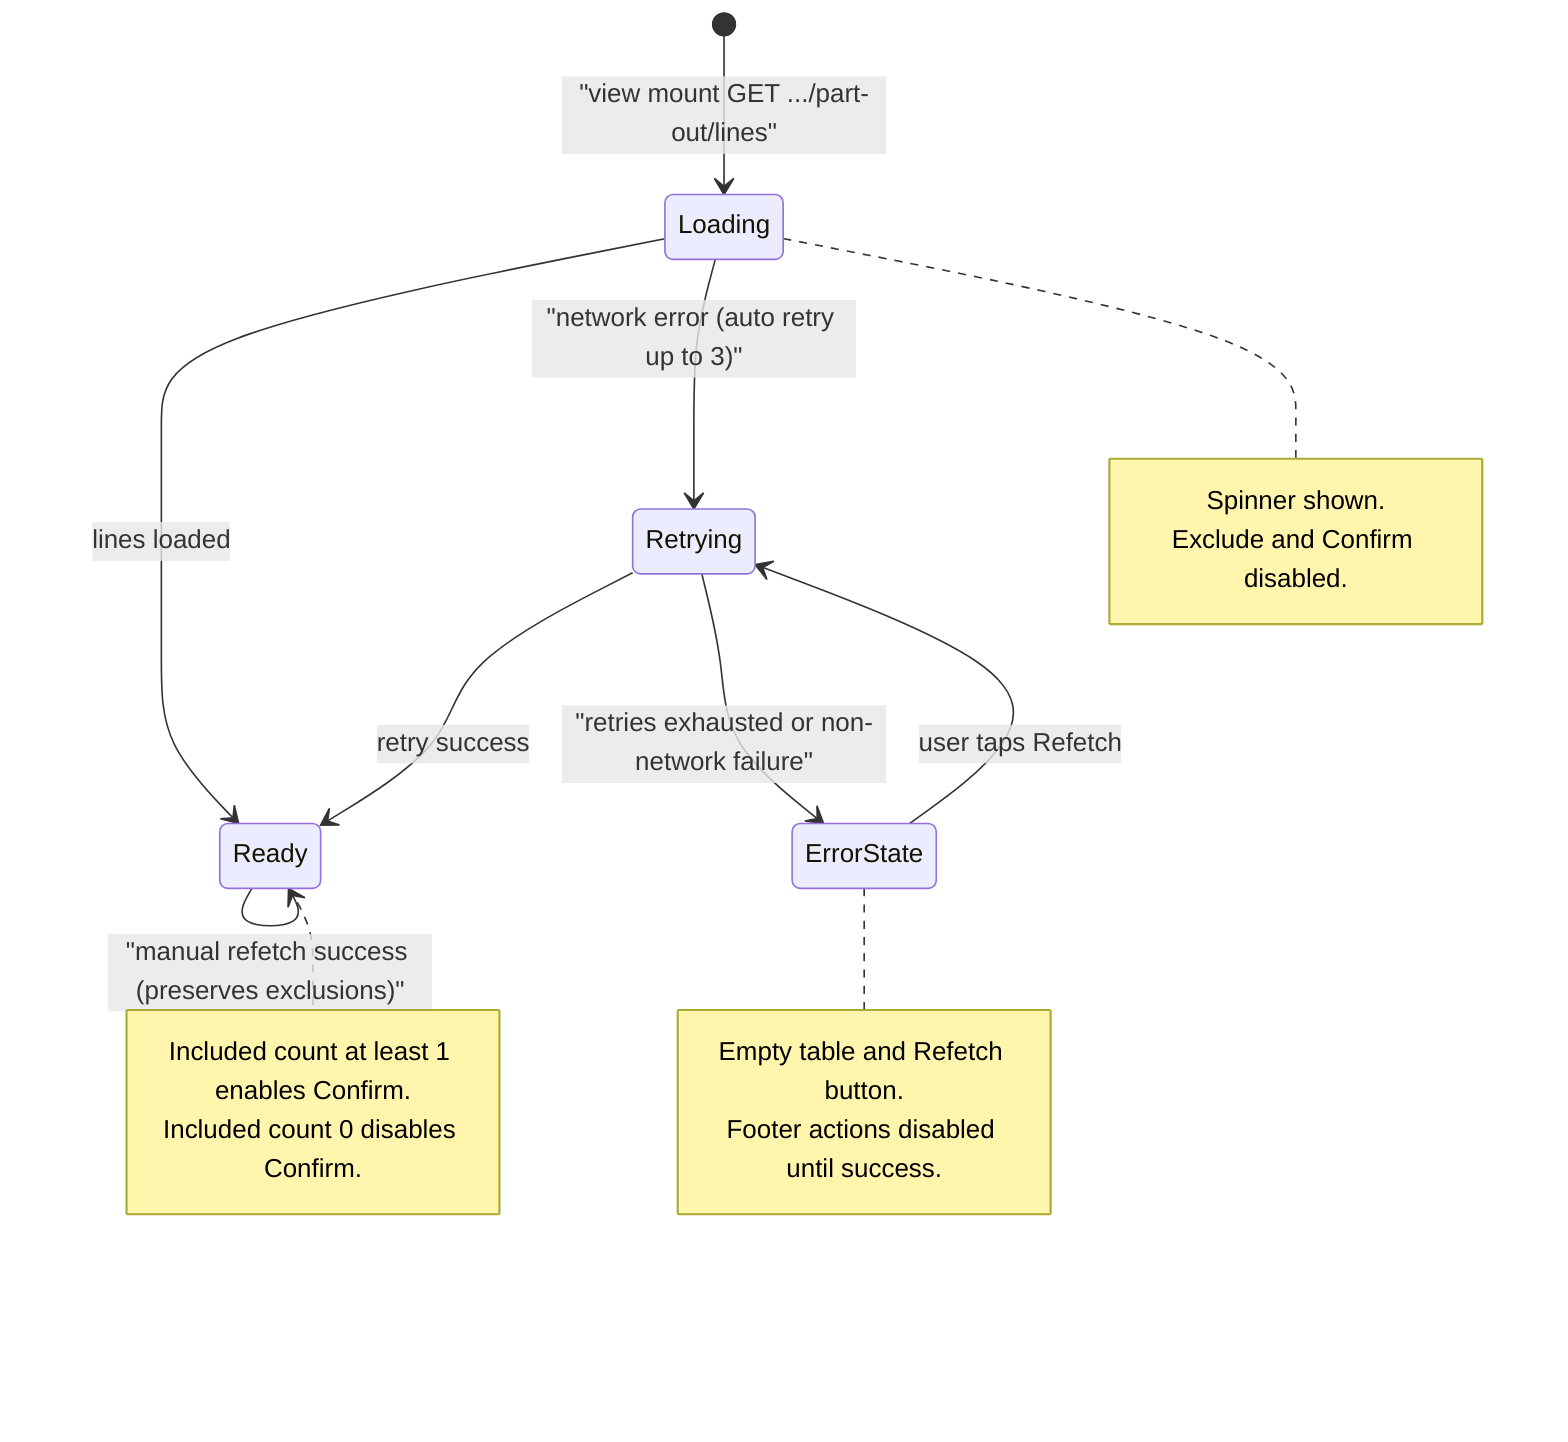
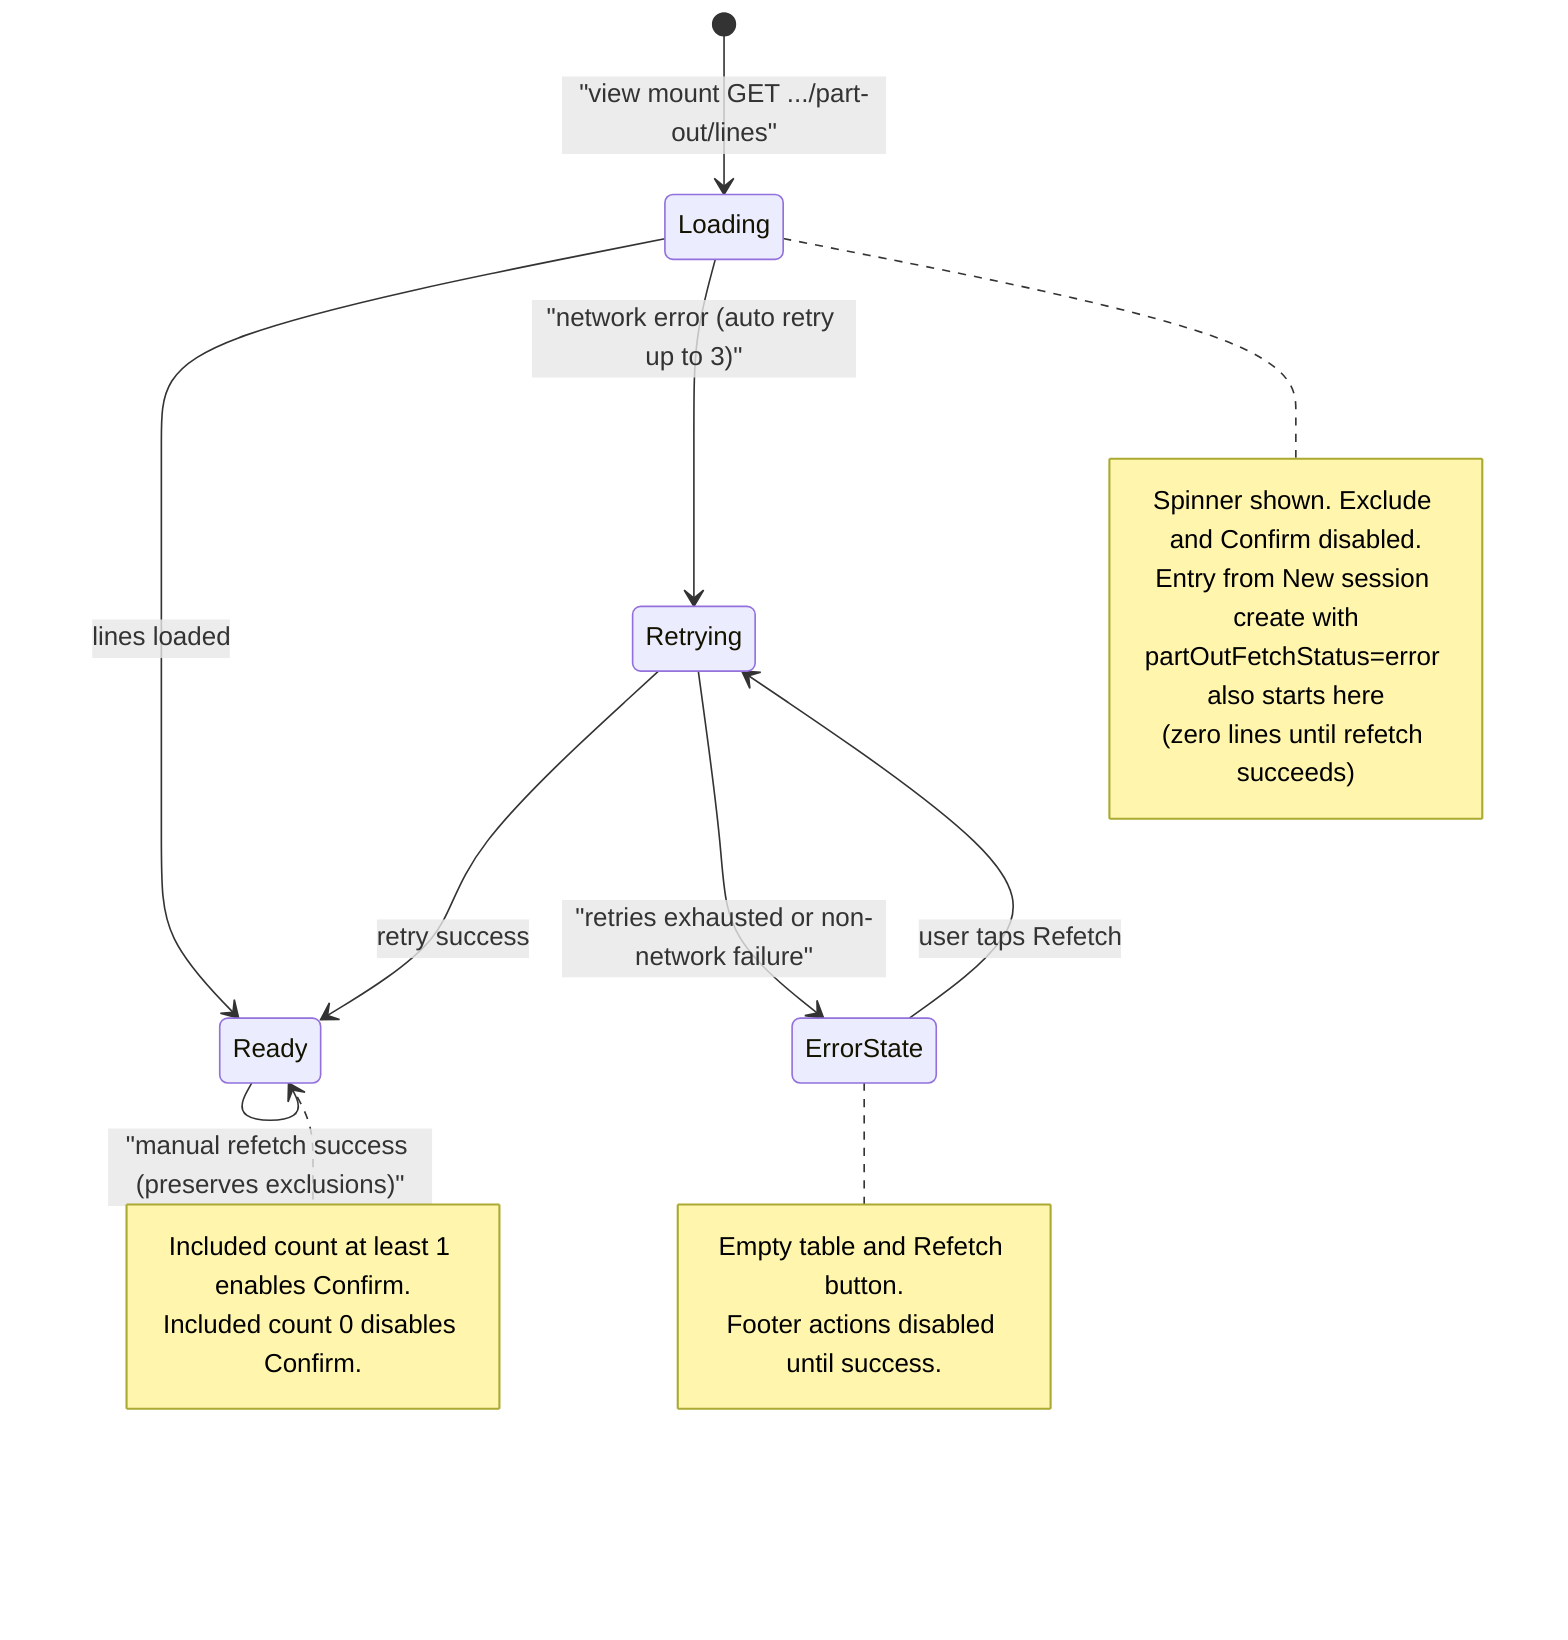
%% Part-out import — loading & fetch states (client UI)
- %% Source: docs/view-specs/part-out-import.md#loading--fetch-states
+ %% Sources: docs/view-specs/part-out-import.md#loading--fetch-states,
+ %%          docs/view-specs/new-session.md#submit-outcomes-unit-1 (create-time fetch error → import)

stateDiagram-v2
    direction TB

    [*] --> Loading: "view mount GET .../part-out/lines"
    Loading --> Ready: lines loaded
    Loading --> Retrying: "network error (auto retry up to 3)"
    Retrying --> Ready: retry success
    Retrying --> ErrorState: "retries exhausted or non-network failure"
    ErrorState --> Retrying: user taps Refetch
    Ready --> Ready: "manual refetch success (preserves exclusions)"

    note right of Loading
-         Spinner shown.
-         Exclude and Confirm disabled.
+         Spinner shown. Exclude and Confirm disabled.
+         Entry from New session create with
+         partOutFetchStatus=error also starts here
+         (zero lines until refetch succeeds)
    end note

    note right of Ready
        Included count at least 1 enables Confirm.
        Included count 0 disables Confirm.
    end note

    note right of ErrorState
        Empty table and Refetch button.
        Footer actions disabled until success.
    end note
